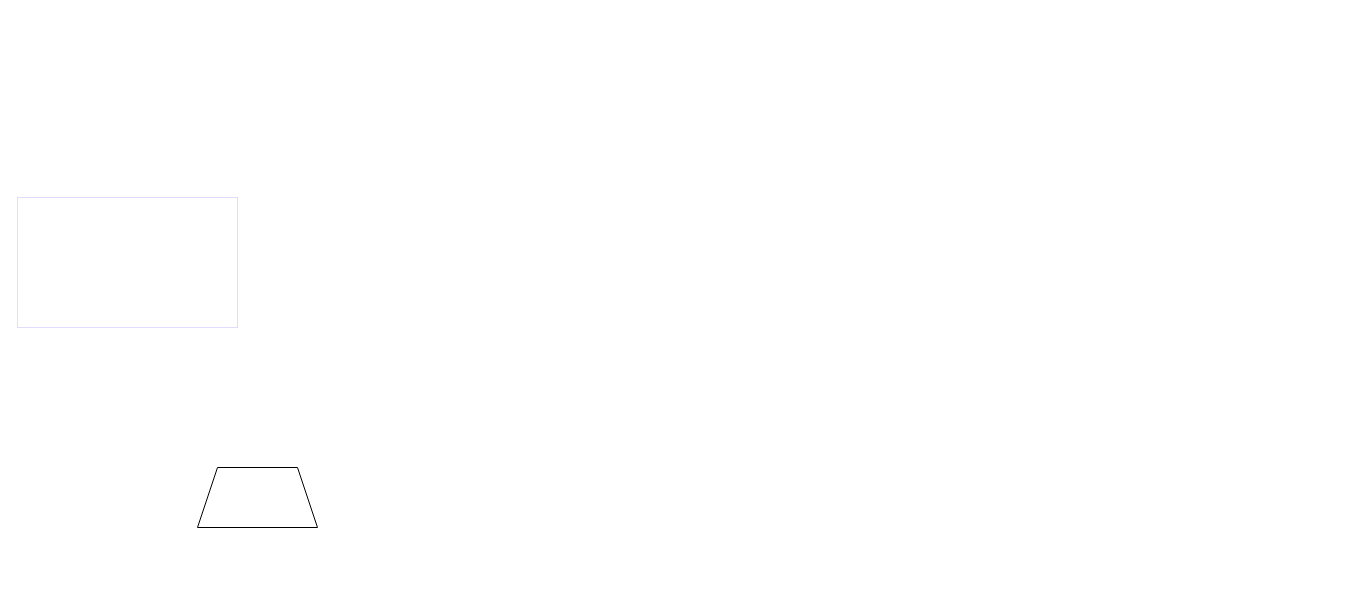
This is demo.drawio from DilipKumar64/moozup, a draw.io file, before an edit. Source tidied: cells renumbered, new cells numbered last; positions are measured from the earlier drawing's top-left corner, leaving out a move shared by most shapes. Both pictures are drawn from the tidied source at 100%, with x=0, y=0 at pixel (17, 197).
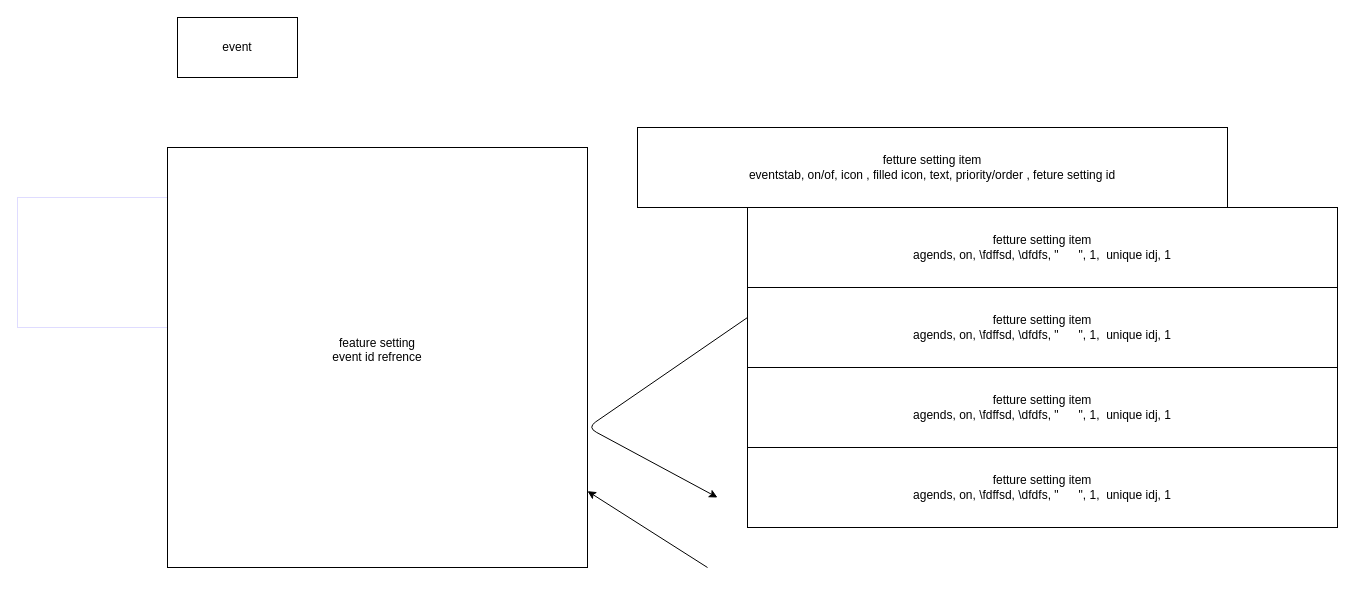
After the change.

Commit message (it also covers changes not shown here):
participation type setting

Diff of the diagram source:
```diff
@@
 <mxGraphModel>
   <root>
     <mxCell id="0" />
     <mxCell id="1" parent="0" />
     <mxCell id="2" style="rounded=0;whiteSpace=wrap;html=1;strokeColor=#DFDCFF;" parent="1" vertex="1">
       <mxGeometry width="220" height="130" as="geometry" />
     </mxCell>
-    <mxCell id="3" style="shape=trapezoid;perimeter=trapezoidPerimeter;whiteSpace=wrap;html=1;fixedSize=1;" parent="1" vertex="1">
-      <mxGeometry x="180" y="270" width="120" height="60" as="geometry" />
+    <mxCell id="3" value="event" style="rounded=0;whiteSpace=wrap;html=1;" parent="1" vertex="1">
+      <mxGeometry x="160" y="-180" width="120" height="60" as="geometry" />
     </mxCell>
+    <mxCell id="4" value="feature setting&lt;div&gt;event id refrence&lt;/div&gt;&lt;div&gt;&lt;br&gt;&lt;/div&gt;" style="whiteSpace=wrap;html=1;" parent="1" vertex="1">
+      <mxGeometry x="150" y="-50" width="420" height="420" as="geometry" />
+    </mxCell>
+    <mxCell id="5" value="fetture setting item&lt;div&gt;eventstab, on/of, icon , filled icon, text, priority/order , feture setting id&lt;/div&gt;" style="rounded=0;whiteSpace=wrap;html=1;" parent="1" vertex="1">
+      <mxGeometry x="620" y="-70" width="590" height="80" as="geometry" />
+    </mxCell>
+    <mxCell id="6" value="fetture setting item&lt;div&gt;agends, on, \fdffsd, \dfdfs, &quot;&amp;nbsp; &amp;nbsp; &amp;nbsp; &quot;, 1,&amp;nbsp; unique idj, 1&lt;/div&gt;" style="rounded=0;whiteSpace=wrap;html=1;" parent="1" vertex="1">
+      <mxGeometry x="730" y="10" width="590" height="80" as="geometry" />
+    </mxCell>
+    <mxCell id="7" value="fetture setting item&lt;div&gt;agends, on, \fdffsd, \dfdfs, &quot;&amp;nbsp; &amp;nbsp; &amp;nbsp; &quot;, 1,&amp;nbsp; unique idj, 1&lt;/div&gt;" style="rounded=0;whiteSpace=wrap;html=1;" parent="1" vertex="1">
+      <mxGeometry x="730" y="90" width="590" height="80" as="geometry" />
+    </mxCell>
+    <mxCell id="8" value="fetture setting item&lt;div&gt;agends, on, \fdffsd, \dfdfs, &quot;&amp;nbsp; &amp;nbsp; &amp;nbsp; &quot;, 1,&amp;nbsp; unique idj, 1&lt;/div&gt;" style="rounded=0;whiteSpace=wrap;html=1;" parent="1" vertex="1">
+      <mxGeometry x="730" y="170" width="590" height="80" as="geometry" />
+    </mxCell>
+    <mxCell id="9" value="fetture setting item&lt;div&gt;agends, on, \fdffsd, \dfdfs, &quot;&amp;nbsp; &amp;nbsp; &amp;nbsp; &quot;, 1,&amp;nbsp; unique idj, 1&lt;/div&gt;" style="rounded=0;whiteSpace=wrap;html=1;" parent="1" vertex="1">
+      <mxGeometry x="730" y="250" width="590" height="80" as="geometry" />
+    </mxCell>
+    <mxCell id="10" style="endArrow=classic;html=1;" parent="1" edge="1" target="4">
+      <mxGeometry relative="1" as="geometry">
+        <mxPoint x="690" y="370" as="sourcePoint" />
+      </mxGeometry>
+    </mxCell>
+    <mxCell id="11" style="endArrow=classic;html=1;exitX=0;exitY=0.375;exitDx=0;exitDy=0;exitPerimeter=0;" parent="1" edge="1" source="7">
+      <mxGeometry relative="1" as="geometry">
+        <mxPoint x="700" y="300" as="targetPoint" />
+        <Array as="points">
+          <mxPoint x="570" y="230" />
+        </Array>
+      </mxGeometry>
+    </mxCell>
   </root>
 </mxGraphModel>
```
